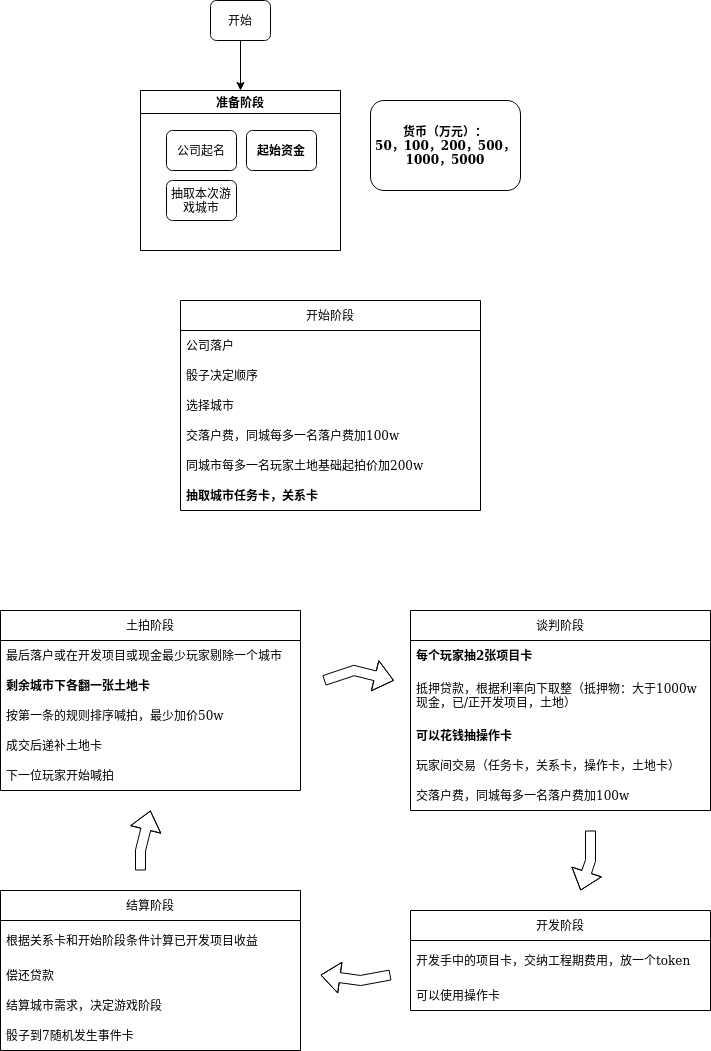
TONiiV/flowcharts keeps this draw.io diagram as 土地开发商.png. Above is the earlier version. Source tidied: cells renumbered, new cells last; positions are measured from the earlier drawing's top-left corner, leaving out a move shared by most shapes. Source of this version:
```xml
<mxGraphModel>
  <root>
    <mxCell id="0" />
    <mxCell id="1" parent="0" />
    <mxCell id="2" style="edgeStyle=orthogonalEdgeStyle;rounded=0;jettySize=auto;html=1;exitX=0.5;exitY=1;exitDx=0;exitDy=0;entryX=0.5;entryY=0;entryDx=0;entryDy=0;" parent="1" edge="1" source="3" target="4">
      <mxGeometry relative="1" as="geometry" />
    </mxCell>
    <mxCell id="3" value="开始" style="rounded=1;whiteSpace=wrap;html=1;fontSize=12;glass=0;strokeWidth=1;shadow=0;" parent="1" vertex="1">
      <mxGeometry x="210" width="60" height="40" as="geometry" />
    </mxCell>
    <mxCell id="4" value="准备阶段" style="swimlane;" parent="1" vertex="1">
      <mxGeometry x="140" y="90" width="200" height="160" as="geometry" />
    </mxCell>
    <mxCell id="5" value="起始资金" style="rounded=1;whiteSpace=wrap;html=1;fontSize=12;glass=0;strokeWidth=1;shadow=0;fontStyle=1;" parent="4" vertex="1">
      <mxGeometry x="106" y="40" width="70" height="40" as="geometry" />
    </mxCell>
    <mxCell id="6" value="公司起名" style="rounded=1;whiteSpace=wrap;html=1;fontSize=12;glass=0;strokeWidth=1;shadow=0;" parent="4" vertex="1">
      <mxGeometry x="26" y="40" width="70" height="40" as="geometry" />
    </mxCell>
    <mxCell id="7" value="抽取本次游戏城市" style="rounded=1;whiteSpace=wrap;html=1;fontSize=12;glass=0;strokeWidth=1;shadow=0;" parent="4" vertex="1">
      <mxGeometry x="26" y="90" width="70" height="40" as="geometry" />
    </mxCell>
    <mxCell id="8" value="开始阶段" style="swimlane;fontStyle=0;horizontal=1;startSize=30;" parent="1" vertex="1">
      <mxGeometry x="180" y="300" width="300" height="210" as="geometry" />
    </mxCell>
    <mxCell id="9" value="公司落户" style="text;strokeColor=none;fillColor=none;align=left;verticalAlign=middle;spacingLeft=4;spacingRight=4;overflow=hidden;" parent="8" vertex="1">
      <mxGeometry y="30" width="300" height="30" as="geometry" />
    </mxCell>
    <mxCell id="10" value="骰子决定顺序" style="text;strokeColor=none;fillColor=none;align=left;verticalAlign=middle;spacingLeft=4;spacingRight=4;overflow=hidden;" parent="8" vertex="1">
      <mxGeometry y="60" width="300" height="30" as="geometry" />
    </mxCell>
    <mxCell id="11" value="选择城市" style="text;strokeColor=none;fillColor=none;align=left;verticalAlign=middle;spacingLeft=4;spacingRight=4;overflow=hidden;" parent="8" vertex="1">
      <mxGeometry y="90" width="300" height="30" as="geometry" />
    </mxCell>
    <mxCell id="12" value="交落户费，同城每多一名落户费加100w" style="text;strokeColor=none;fillColor=none;align=left;verticalAlign=middle;spacingLeft=4;spacingRight=4;overflow=hidden;" parent="8" vertex="1">
      <mxGeometry y="120" width="300" height="30" as="geometry" />
    </mxCell>
    <mxCell id="13" value="同城市每多一名玩家土地基础起拍价加200w" style="text;strokeColor=none;fillColor=none;align=left;verticalAlign=middle;spacingLeft=4;spacingRight=4;overflow=hidden;" parent="8" vertex="1">
      <mxGeometry y="150" width="300" height="30" as="geometry" />
    </mxCell>
    <mxCell id="14" value="抽取城市任务卡，关系卡" style="text;strokeColor=none;fillColor=none;align=left;verticalAlign=middle;spacingLeft=4;spacingRight=4;overflow=hidden;fontStyle=1;" parent="8" vertex="1">
      <mxGeometry y="180" width="300" height="30" as="geometry" />
    </mxCell>
    <mxCell id="15" value="土拍阶段" style="swimlane;fontStyle=0;horizontal=1;startSize=30;" parent="1" vertex="1">
      <mxGeometry y="610" width="300" height="180" as="geometry" />
    </mxCell>
    <mxCell id="16" value="最后落户或在开发项目或现金最少玩家剔除一个城市" style="text;strokeColor=none;fillColor=none;align=left;verticalAlign=middle;spacingLeft=4;spacingRight=4;overflow=hidden;" parent="15" vertex="1">
      <mxGeometry y="30" width="300" height="30" as="geometry" />
    </mxCell>
    <mxCell id="17" value="剩余城市下各翻一张土地卡" style="text;strokeColor=none;fillColor=none;align=left;verticalAlign=middle;spacingLeft=4;spacingRight=4;overflow=hidden;fontStyle=1;" parent="15" vertex="1">
      <mxGeometry y="60" width="300" height="30" as="geometry" />
    </mxCell>
    <mxCell id="18" value="按第一条的规则排序喊拍，最少加价50w" style="text;strokeColor=none;fillColor=none;align=left;verticalAlign=middle;spacingLeft=4;spacingRight=4;overflow=hidden;" parent="15" vertex="1">
      <mxGeometry y="90" width="300" height="30" as="geometry" />
    </mxCell>
    <mxCell id="19" value="成交后递补土地卡" style="text;strokeColor=none;fillColor=none;align=left;verticalAlign=middle;spacingLeft=4;spacingRight=4;overflow=hidden;" parent="15" vertex="1">
      <mxGeometry y="120" width="300" height="30" as="geometry" />
    </mxCell>
    <mxCell id="20" value="下一位玩家开始喊拍" style="text;strokeColor=none;fillColor=none;align=left;verticalAlign=middle;spacingLeft=4;spacingRight=4;overflow=hidden;" parent="15" vertex="1">
      <mxGeometry y="150" width="300" height="30" as="geometry" />
    </mxCell>
    <mxCell id="21" value="&lt;div&gt;货币（万元）：&lt;/div&gt;&lt;div&gt;50，100，200，500，&lt;/div&gt;&lt;div&gt;1000，5000&lt;/div&gt;" style="rounded=1;whiteSpace=wrap;html=1;fontSize=12;glass=0;strokeWidth=1;shadow=0;fontStyle=1;" parent="1" vertex="1">
      <mxGeometry x="370" y="100" width="150" height="90" as="geometry" />
    </mxCell>
    <mxCell id="22" value="谈判阶段" style="swimlane;fontStyle=0;horizontal=1;startSize=30;" parent="1" vertex="1">
      <mxGeometry x="410" y="610" width="300" height="200" as="geometry" />
    </mxCell>
    <mxCell id="23" value="每个玩家抽2张项目卡" style="text;strokeColor=none;fillColor=none;align=left;verticalAlign=middle;spacingLeft=4;spacingRight=4;overflow=hidden;fontStyle=1;" parent="22" vertex="1">
      <mxGeometry y="30" width="300" height="30" as="geometry" />
    </mxCell>
    <mxCell id="24" value="抵押贷款，根据利率向下取整（抵押物：大于1000w&#10;现金，已/正开发项目，土地）" style="text;strokeColor=none;fillColor=none;align=left;verticalAlign=middle;spacingLeft=4;spacingRight=4;overflow=hidden;" parent="22" vertex="1">
      <mxGeometry y="60" width="300" height="50" as="geometry" />
    </mxCell>
    <mxCell id="25" value="可以花钱抽操作卡" style="text;strokeColor=none;fillColor=none;align=left;verticalAlign=middle;spacingLeft=4;spacingRight=4;overflow=hidden;fontStyle=1;" parent="22" vertex="1">
      <mxGeometry y="110" width="300" height="30" as="geometry" />
    </mxCell>
    <mxCell id="26" value="玩家间交易（任务卡，关系卡，操作卡，土地卡）" style="text;strokeColor=none;fillColor=none;align=left;verticalAlign=middle;spacingLeft=4;spacingRight=4;overflow=hidden;" parent="22" vertex="1">
      <mxGeometry y="140" width="300" height="30" as="geometry" />
    </mxCell>
    <mxCell id="27" value="交落户费，同城每多一名落户费加100w" style="text;strokeColor=none;fillColor=none;align=left;verticalAlign=middle;spacingLeft=4;spacingRight=4;overflow=hidden;" parent="22" vertex="1">
      <mxGeometry y="170" width="300" height="30" as="geometry" />
    </mxCell>
    <mxCell id="28" style="shape=flexArrow;endArrow=classic;html=1;rounded=0;" parent="1" edge="1">
      <mxGeometry relative="1" as="geometry">
        <mxPoint x="323.5" y="680" as="sourcePoint" />
        <mxPoint x="393.5" y="680" as="targetPoint" />
        <Array as="points">
          <mxPoint x="353.5" y="670" />
        </Array>
      </mxGeometry>
    </mxCell>
    <mxCell id="29" style="shape=flexArrow;endArrow=classic;html=1;rounded=0;" parent="1" edge="1">
      <mxGeometry relative="1" as="geometry">
        <mxPoint x="590" y="830" as="sourcePoint" />
        <mxPoint x="580" y="890" as="targetPoint" />
        <Array as="points">
          <mxPoint x="590" y="860" />
        </Array>
      </mxGeometry>
    </mxCell>
    <mxCell id="30" value="开发阶段" style="swimlane;fontStyle=0;horizontal=1;startSize=30;" parent="1" vertex="1">
      <mxGeometry x="410" y="910" width="300" height="100" as="geometry" />
    </mxCell>
    <mxCell id="31" value="开发手中的项目卡，交纳工程期费用，放一个token" style="text;strokeColor=none;fillColor=none;align=left;verticalAlign=middle;spacingLeft=4;spacingRight=4;overflow=hidden;" parent="30" vertex="1">
      <mxGeometry y="30" width="300" height="40" as="geometry" />
    </mxCell>
    <mxCell id="32" value="可以使用操作卡" style="text;strokeColor=none;fillColor=none;align=left;verticalAlign=middle;spacingLeft=4;spacingRight=4;overflow=hidden;" parent="30" vertex="1">
      <mxGeometry y="70" width="300" height="30" as="geometry" />
    </mxCell>
    <mxCell id="33" value="结算阶段" style="swimlane;fontStyle=0;horizontal=1;startSize=30;" parent="1" vertex="1">
      <mxGeometry y="890" width="300" height="160" as="geometry" />
    </mxCell>
    <mxCell id="34" value="根据关系卡和开始阶段条件计算已开发项目收益" style="text;strokeColor=none;fillColor=none;align=left;verticalAlign=middle;spacingLeft=4;spacingRight=4;overflow=hidden;" parent="33" vertex="1">
      <mxGeometry y="30" width="300" height="40" as="geometry" />
    </mxCell>
    <mxCell id="35" value="偿还贷款" style="text;strokeColor=none;fillColor=none;align=left;verticalAlign=middle;spacingLeft=4;spacingRight=4;overflow=hidden;" parent="33" vertex="1">
      <mxGeometry y="70" width="300" height="30" as="geometry" />
    </mxCell>
    <mxCell id="36" value="结算城市需求，决定游戏阶段" style="text;strokeColor=none;fillColor=none;align=left;verticalAlign=middle;spacingLeft=4;spacingRight=4;overflow=hidden;" parent="33" vertex="1">
      <mxGeometry y="100" width="300" height="30" as="geometry" />
    </mxCell>
    <mxCell id="37" value="骰子到7随机发生事件卡" style="text;strokeColor=none;fillColor=none;align=left;verticalAlign=middle;spacingLeft=4;spacingRight=4;overflow=hidden;" parent="33" vertex="1">
      <mxGeometry y="130" width="300" height="30" as="geometry" />
    </mxCell>
    <mxCell id="38" style="shape=flexArrow;endArrow=classic;html=1;rounded=0;" parent="1" edge="1">
      <mxGeometry relative="1" as="geometry">
        <mxPoint x="390" y="974.5" as="sourcePoint" />
        <mxPoint x="320" y="974.5" as="targetPoint" />
        <Array as="points">
          <mxPoint x="360" y="980" />
        </Array>
      </mxGeometry>
    </mxCell>
    <mxCell id="39" style="shape=flexArrow;endArrow=classic;html=1;rounded=0;" parent="1" edge="1">
      <mxGeometry relative="1" as="geometry">
        <mxPoint x="140" y="870" as="sourcePoint" />
        <mxPoint x="150" y="810" as="targetPoint" />
        <Array as="points">
          <mxPoint x="140" y="850" />
        </Array>
      </mxGeometry>
    </mxCell>
  </root>
</mxGraphModel>
```
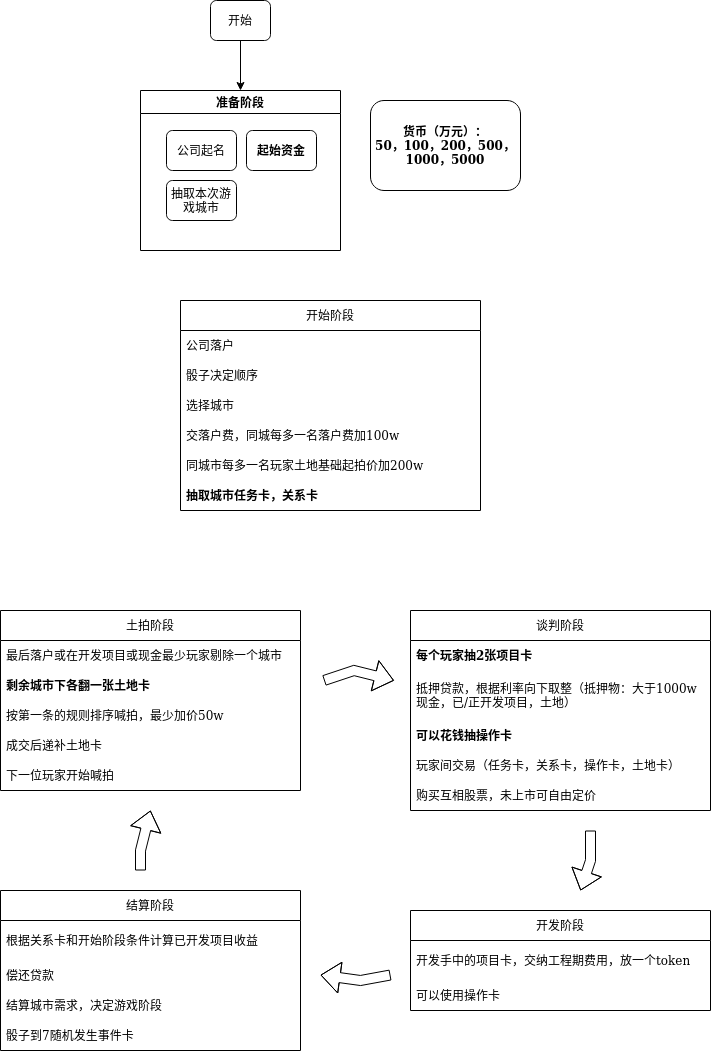
The same file after the commit.

Commit message:
Update 土地开发商.png

Diff of the diagram source:
```diff
@@ -77,7 +77,7 @@
     <mxCell id="26" value="玩家间交易（任务卡，关系卡，操作卡，土地卡）" style="text;strokeColor=none;fillColor=none;align=left;verticalAlign=middle;spacingLeft=4;spacingRight=4;overflow=hidden;" parent="22" vertex="1">
       <mxGeometry y="140" width="300" height="30" as="geometry" />
     </mxCell>
-    <mxCell id="27" value="交落户费，同城每多一名落户费加100w" style="text;strokeColor=none;fillColor=none;align=left;verticalAlign=middle;spacingLeft=4;spacingRight=4;overflow=hidden;" parent="22" vertex="1">
+    <mxCell id="27" value="购买互相股票，未上市可自由定价" style="text;strokeColor=none;fillColor=none;align=left;verticalAlign=middle;spacingLeft=4;spacingRight=4;overflow=hidden;" parent="22" vertex="1">
       <mxGeometry y="170" width="300" height="30" as="geometry" />
     </mxCell>
     <mxCell id="28" style="shape=flexArrow;endArrow=classic;html=1;rounded=0;" parent="1" edge="1">
```
